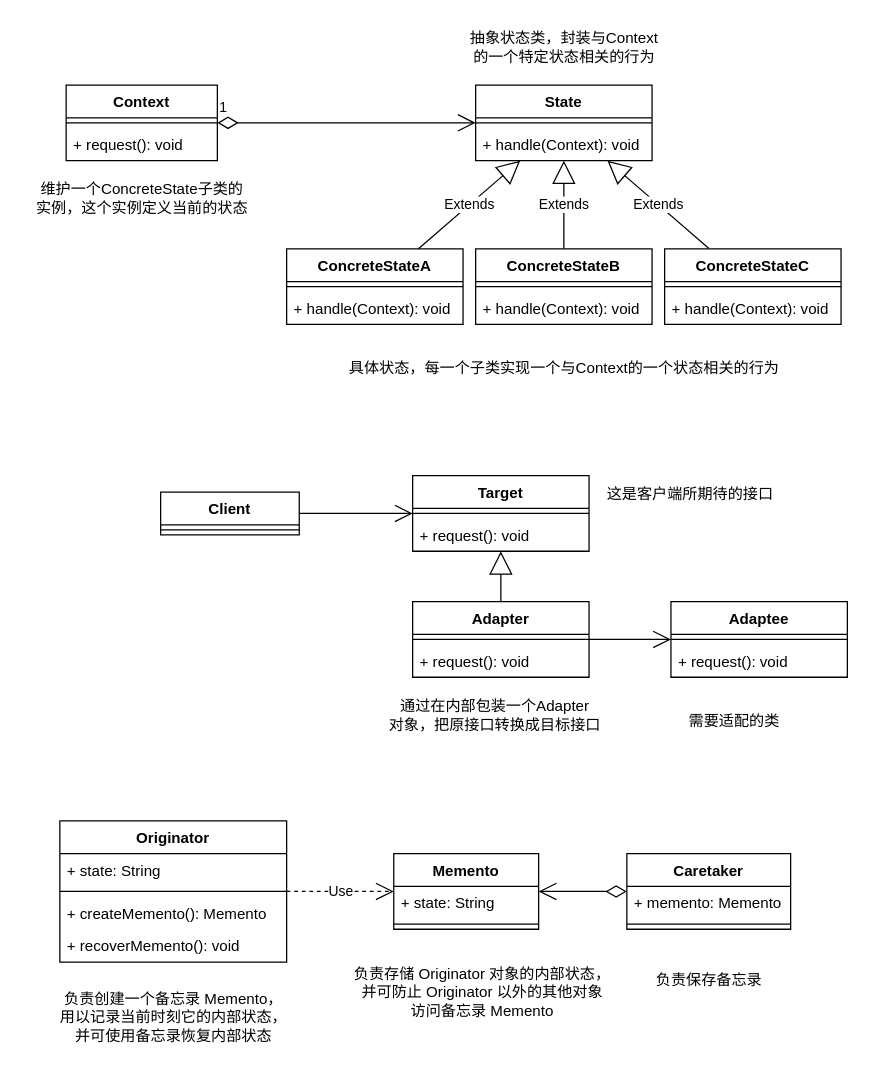
This is page "状态、适配器、备忘录" (5 of 9) of 设计模式.drawio from studeyang/drawio-workspace, a draw.io file, before an edit. Source tidied: cells renumbered, new cells numbered last; positions are measured from the earlier drawing's top-left corner, leaving out a move shared by most shapes. Both pictures are drawn from the tidied source at 126%, with x=0, y=0 at pixel (21, 21).
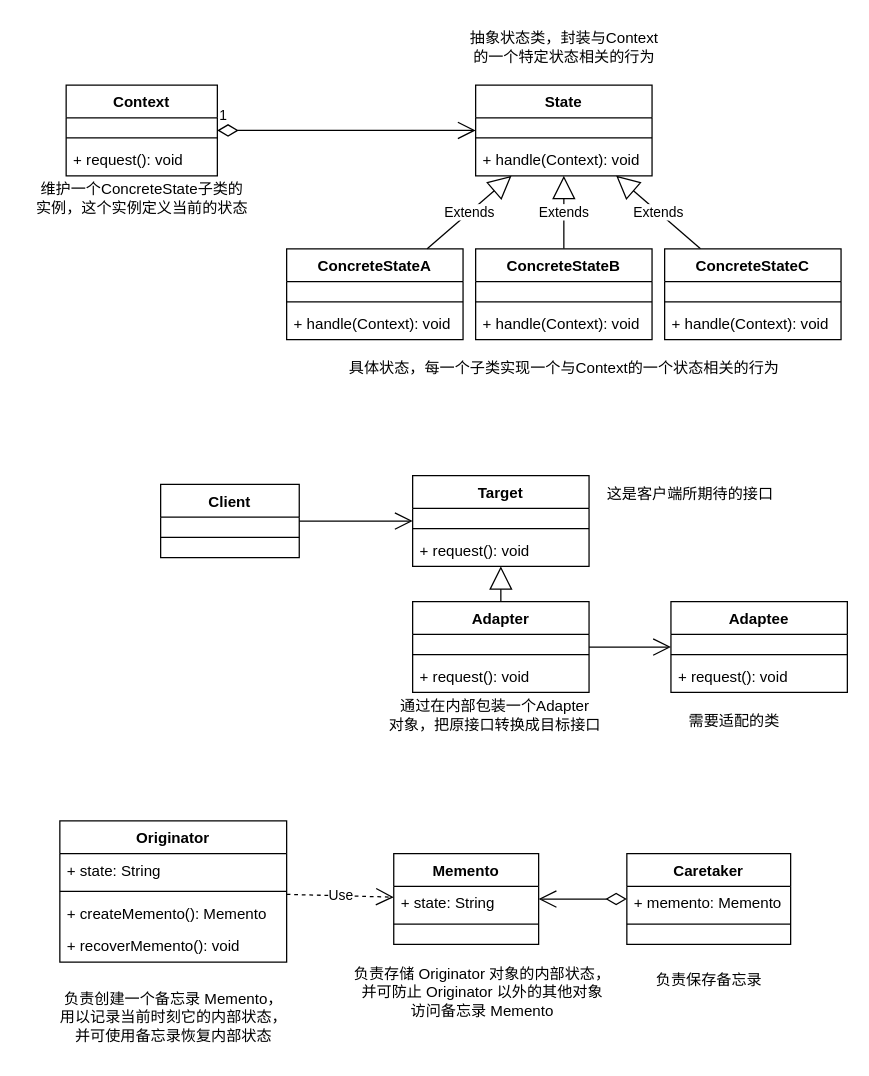
Above is the later version.

What changed in the source:
```diff
@@
     <mxCell id="2" value="State" style="swimlane;fontStyle=1;align=center;verticalAlign=top;horizontal=1;startSize=26;rounded=0;" parent="1" vertex="1">
-      <mxGeometry x="360" y="50" width="140" height="60" as="geometry" />
+      <mxGeometry x="360" y="50" width="140" height="72" as="geometry" />
     </mxCell>
+    <mxCell id="57" value=" " style="text;strokeColor=none;fillColor=none;align=left;verticalAlign=top;spacingLeft=4;spacingRight=4;overflow=hidden;rounded=0;" parent="2" vertex="1">
+      <mxGeometry y="26" width="140" height="12" as="geometry" />
+    </mxCell>
     <mxCell id="3" style="line;strokeWidth=1;fillColor=none;align=left;verticalAlign=middle;spacingTop=-1;spacingLeft=3;spacingRight=3;labelPosition=right;strokeColor=inherit;rounded=0;" parent="2" vertex="1">
-      <mxGeometry y="26" width="140" height="8" as="geometry" />
+      <mxGeometry y="38" width="140" height="8" as="geometry" />
     </mxCell>
     <mxCell id="4" value="+ handle(Context): void" style="text;strokeColor=none;fillColor=none;align=left;verticalAlign=top;spacingLeft=4;spacingRight=4;overflow=hidden;rounded=0;" parent="2" vertex="1">
-      <mxGeometry y="34" width="140" height="26" as="geometry" />
+      <mxGeometry y="46" width="140" height="26" as="geometry" />
     </mxCell>
     <mxCell id="5" value="ConcreteStateA" style="swimlane;fontStyle=1;align=center;verticalAlign=top;horizontal=1;startSize=26;rounded=0;" parent="1" vertex="1">
-      <mxGeometry x="210" y="180" width="140" height="60" as="geometry" />
+      <mxGeometry x="210" y="180" width="140" height="72" as="geometry" />
     </mxCell>
+    <mxCell id="58" value=" " style="text;strokeColor=none;fillColor=none;align=left;verticalAlign=top;spacingLeft=4;spacingRight=4;overflow=hidden;rounded=0;" parent="5" vertex="1">
+      <mxGeometry y="26" width="140" height="12" as="geometry" />
+    </mxCell>
     <mxCell id="6" style="line;strokeWidth=1;fillColor=none;align=left;verticalAlign=middle;spacingTop=-1;spacingLeft=3;spacingRight=3;labelPosition=right;strokeColor=inherit;rounded=0;" parent="5" vertex="1">
-      <mxGeometry y="26" width="140" height="8" as="geometry" />
+      <mxGeometry y="38" width="140" height="8" as="geometry" />
     </mxCell>
     <mxCell id="7" value="+ handle(Context): void" style="text;strokeColor=none;fillColor=none;align=left;verticalAlign=top;spacingLeft=4;spacingRight=4;overflow=hidden;rounded=0;" parent="5" vertex="1">
-      <mxGeometry y="34" width="140" height="26" as="geometry" />
+      <mxGeometry y="46" width="140" height="26" as="geometry" />
     </mxCell>
@@
     <mxCell id="13" value="Context" style="swimlane;fontStyle=1;align=center;verticalAlign=top;horizontal=1;startSize=26;rounded=0;" parent="1" vertex="1">
-      <mxGeometry x="35" y="50" width="120" height="60" as="geometry" />
+      <mxGeometry x="35" y="50" width="120" height="72" as="geometry" />
     </mxCell>
+    <mxCell id="59" value=" " style="text;strokeColor=none;fillColor=none;align=left;verticalAlign=top;spacingLeft=4;spacingRight=4;overflow=hidden;rounded=0;" parent="13" vertex="1">
+      <mxGeometry y="26" width="120" height="12" as="geometry" />
+    </mxCell>
     <mxCell id="14" style="line;strokeWidth=1;fillColor=none;align=left;verticalAlign=middle;spacingTop=-1;spacingLeft=3;spacingRight=3;labelPosition=right;strokeColor=inherit;rounded=0;" parent="13" vertex="1">
-      <mxGeometry y="26" width="120" height="8" as="geometry" />
+      <mxGeometry y="38" width="120" height="8" as="geometry" />
     </mxCell>
     <mxCell id="15" value="+ request(): void" style="text;strokeColor=none;fillColor=none;align=left;verticalAlign=top;spacingLeft=4;spacingRight=4;overflow=hidden;rounded=0;" parent="13" vertex="1">
-      <mxGeometry y="34" width="120" height="26" as="geometry" />
+      <mxGeometry y="46" width="120" height="26" as="geometry" />
     </mxCell>
@@
     <mxCell id="18" value="ConcreteStateB" style="swimlane;fontStyle=1;align=center;verticalAlign=top;horizontal=1;startSize=26;rounded=0;" parent="1" vertex="1">
-      <mxGeometry x="360" y="180" width="140" height="60" as="geometry" />
+      <mxGeometry x="360" y="180" width="140" height="72" as="geometry" />
     </mxCell>
+    <mxCell id="60" value=" " style="text;strokeColor=none;fillColor=none;align=left;verticalAlign=top;spacingLeft=4;spacingRight=4;overflow=hidden;rounded=0;" parent="18" vertex="1">
+      <mxGeometry y="26" width="140" height="12" as="geometry" />
+    </mxCell>
     <mxCell id="19" style="line;strokeWidth=1;fillColor=none;align=left;verticalAlign=middle;spacingTop=-1;spacingLeft=3;spacingRight=3;labelPosition=right;strokeColor=inherit;rounded=0;" parent="18" vertex="1">
-      <mxGeometry y="26" width="140" height="8" as="geometry" />
+      <mxGeometry y="38" width="140" height="8" as="geometry" />
     </mxCell>
     <mxCell id="20" value="+ handle(Context): void" style="text;strokeColor=none;fillColor=none;align=left;verticalAlign=top;spacingLeft=4;spacingRight=4;overflow=hidden;rounded=0;" parent="18" vertex="1">
-      <mxGeometry y="34" width="140" height="26" as="geometry" />
+      <mxGeometry y="46" width="140" height="26" as="geometry" />
     </mxCell>
     <mxCell id="21" value="ConcreteStateC" style="swimlane;fontStyle=1;align=center;verticalAlign=top;horizontal=1;startSize=26;rounded=0;" parent="1" vertex="1">
-      <mxGeometry x="510" y="180" width="140" height="60" as="geometry" />
+      <mxGeometry x="510" y="180" width="140" height="72" as="geometry" />
     </mxCell>
+    <mxCell id="61" value=" " style="text;strokeColor=none;fillColor=none;align=left;verticalAlign=top;spacingLeft=4;spacingRight=4;overflow=hidden;rounded=0;" parent="21" vertex="1">
+      <mxGeometry y="26" width="140" height="12" as="geometry" />
+    </mxCell>
     <mxCell id="22" style="line;strokeWidth=1;fillColor=none;align=left;verticalAlign=middle;spacingTop=-1;spacingLeft=3;spacingRight=3;labelPosition=right;strokeColor=inherit;rounded=0;" parent="21" vertex="1">
-      <mxGeometry y="26" width="140" height="8" as="geometry" />
+      <mxGeometry y="38" width="140" height="8" as="geometry" />
     </mxCell>
     <mxCell id="23" value="+ handle(Context): void" style="text;strokeColor=none;fillColor=none;align=left;verticalAlign=top;spacingLeft=4;spacingRight=4;overflow=hidden;rounded=0;" parent="21" vertex="1">
-      <mxGeometry y="34" width="140" height="26" as="geometry" />
+      <mxGeometry y="46" width="140" height="26" as="geometry" />
     </mxCell>
     <mxCell id="24" value="Target" style="swimlane;fontStyle=1;align=center;verticalAlign=top;horizontal=1;startSize=26;rounded=0;" parent="1" vertex="1">
-      <mxGeometry x="310" y="360" width="140" height="60" as="geometry" />
+      <mxGeometry x="310" y="360" width="140" height="72" as="geometry" />
     </mxCell>
+    <mxCell id="62" value=" " style="text;strokeColor=none;fillColor=none;align=left;verticalAlign=top;spacingLeft=4;spacingRight=4;overflow=hidden;rounded=0;" parent="24" vertex="1">
+      <mxGeometry y="26" width="140" height="12" as="geometry" />
+    </mxCell>
     <mxCell id="25" style="line;strokeWidth=1;fillColor=none;align=left;verticalAlign=middle;spacingTop=-1;spacingLeft=3;spacingRight=3;labelPosition=right;strokeColor=inherit;rounded=0;" parent="24" vertex="1">
-      <mxGeometry y="26" width="140" height="8" as="geometry" />
+      <mxGeometry y="38" width="140" height="8" as="geometry" />
     </mxCell>
     <mxCell id="26" value="+ request(): void" style="text;strokeColor=none;fillColor=none;align=left;verticalAlign=top;spacingLeft=4;spacingRight=4;overflow=hidden;rounded=0;" parent="24" vertex="1">
-      <mxGeometry y="34" width="140" height="26" as="geometry" />
+      <mxGeometry y="46" width="140" height="26" as="geometry" />
     </mxCell>
     <mxCell id="27" value="Adapter" style="swimlane;fontStyle=1;align=center;verticalAlign=top;horizontal=1;startSize=26;rounded=0;" parent="1" vertex="1">
-      <mxGeometry x="310" y="460" width="140" height="60" as="geometry" />
+      <mxGeometry x="310" y="460" width="140" height="72" as="geometry" />
     </mxCell>
+    <mxCell id="63" value=" " style="text;strokeColor=none;fillColor=none;align=left;verticalAlign=top;spacingLeft=4;spacingRight=4;overflow=hidden;rounded=0;" parent="27" vertex="1">
+      <mxGeometry y="26" width="140" height="12" as="geometry" />
+    </mxCell>
     <mxCell id="28" style="line;strokeWidth=1;fillColor=none;align=left;verticalAlign=middle;spacingTop=-1;spacingLeft=3;spacingRight=3;labelPosition=right;strokeColor=inherit;rounded=0;" parent="27" vertex="1">
-      <mxGeometry y="26" width="140" height="8" as="geometry" />
+      <mxGeometry y="38" width="140" height="8" as="geometry" />
     </mxCell>
     <mxCell id="29" value="+ request(): void" style="text;strokeColor=none;fillColor=none;align=left;verticalAlign=top;spacingLeft=4;spacingRight=4;overflow=hidden;rounded=0;" parent="27" vertex="1">
-      <mxGeometry y="34" width="140" height="26" as="geometry" />
+      <mxGeometry y="46" width="140" height="26" as="geometry" />
     </mxCell>
     <mxCell id="30" value="Adaptee" style="swimlane;fontStyle=1;align=center;verticalAlign=top;horizontal=1;startSize=26;rounded=0;" parent="1" vertex="1">
-      <mxGeometry x="515" y="460" width="140" height="60" as="geometry" />
+      <mxGeometry x="515" y="460" width="140" height="72" as="geometry" />
     </mxCell>
+    <mxCell id="64" value=" " style="text;strokeColor=none;fillColor=none;align=left;verticalAlign=top;spacingLeft=4;spacingRight=4;overflow=hidden;rounded=0;" parent="30" vertex="1">
+      <mxGeometry y="26" width="140" height="12" as="geometry" />
+    </mxCell>
     <mxCell id="31" style="line;strokeWidth=1;fillColor=none;align=left;verticalAlign=middle;spacingTop=-1;spacingLeft=3;spacingRight=3;labelPosition=right;strokeColor=inherit;rounded=0;" parent="30" vertex="1">
-      <mxGeometry y="26" width="140" height="8" as="geometry" />
+      <mxGeometry y="38" width="140" height="8" as="geometry" />
     </mxCell>
     <mxCell id="32" value="+ request(): void" style="text;strokeColor=none;fillColor=none;align=left;verticalAlign=top;spacingLeft=4;spacingRight=4;overflow=hidden;rounded=0;" parent="30" vertex="1">
-      <mxGeometry y="34" width="140" height="26" as="geometry" />
+      <mxGeometry y="46" width="140" height="26" as="geometry" />
     </mxCell>
@@
     <mxCell id="35" value="Client" style="swimlane;fontStyle=1;align=center;verticalAlign=top;horizontal=1;startSize=26;rounded=0;" parent="1" vertex="1">
-      <mxGeometry x="110" y="373" width="110" height="34" as="geometry" />
+      <mxGeometry x="110" y="367" width="110" height="58" as="geometry" />
     </mxCell>
+    <mxCell id="65" value=" " style="text;strokeColor=none;fillColor=none;align=left;verticalAlign=top;spacingLeft=4;spacingRight=4;overflow=hidden;rounded=0;" parent="35" vertex="1">
+      <mxGeometry y="26" width="110" height="12" as="geometry" />
+    </mxCell>
     <mxCell id="36" style="line;strokeWidth=1;fillColor=none;align=left;verticalAlign=middle;spacingTop=-1;spacingLeft=3;spacingRight=3;labelPosition=right;strokeColor=inherit;rounded=0;" parent="35" vertex="1">
-      <mxGeometry y="26" width="110" height="8" as="geometry" />
+      <mxGeometry y="38" width="110" height="8" as="geometry" />
     </mxCell>
+    <mxCell id="66" value=" " style="text;strokeColor=none;fillColor=none;align=left;verticalAlign=top;spacingLeft=4;spacingRight=4;overflow=hidden;rounded=0;" parent="35" vertex="1">
+      <mxGeometry y="46" width="110" height="12" as="geometry" />
+    </mxCell>
@@
     <mxCell id="41" value="Memento" style="swimlane;fontStyle=1;align=center;verticalAlign=top;horizontal=1;startSize=26;rounded=0;" parent="1" vertex="1">
-      <mxGeometry x="295" y="660" width="115" height="60" as="geometry" />
+      <mxGeometry x="295" y="660" width="115" height="72" as="geometry" />
     </mxCell>
@@
+    <mxCell id="67" value=" " style="text;strokeColor=none;fillColor=none;align=left;verticalAlign=top;spacingLeft=4;spacingRight=4;overflow=hidden;rounded=0;" parent="41" vertex="1">
+      <mxGeometry y="60" width="115" height="12" as="geometry" />
+    </mxCell>
@@
     <mxCell id="52" value="Caretaker" style="swimlane;fontStyle=1;align=center;verticalAlign=top;horizontal=1;startSize=26;rounded=0;" parent="1" vertex="1">
-      <mxGeometry x="480" y="660" width="130" height="60" as="geometry" />
+      <mxGeometry x="480" y="660" width="130" height="72" as="geometry" />
     </mxCell>
@@
+    <mxCell id="68" value=" " style="text;strokeColor=none;fillColor=none;align=left;verticalAlign=top;spacingLeft=4;spacingRight=4;overflow=hidden;rounded=0;" parent="52" vertex="1">
+      <mxGeometry y="60" width="130" height="12" as="geometry" />
+    </mxCell>
```
